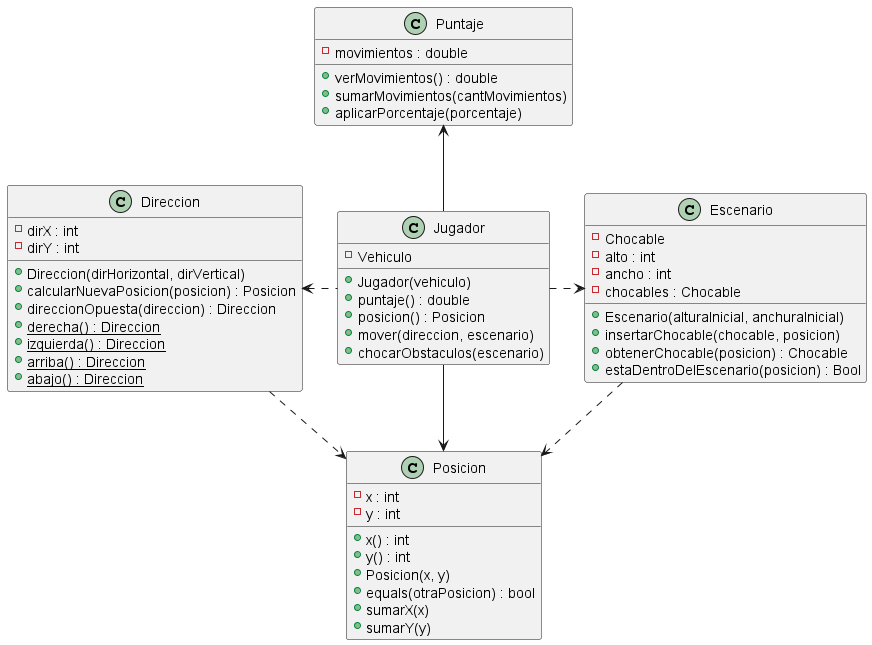
Earlier version of the PlantUML export diagrams/classes/diagrama_general.png (NestorPala/T17-GPSChallenge). Its source is kept beside it as diagrams/classes/diagrama_general.puml.
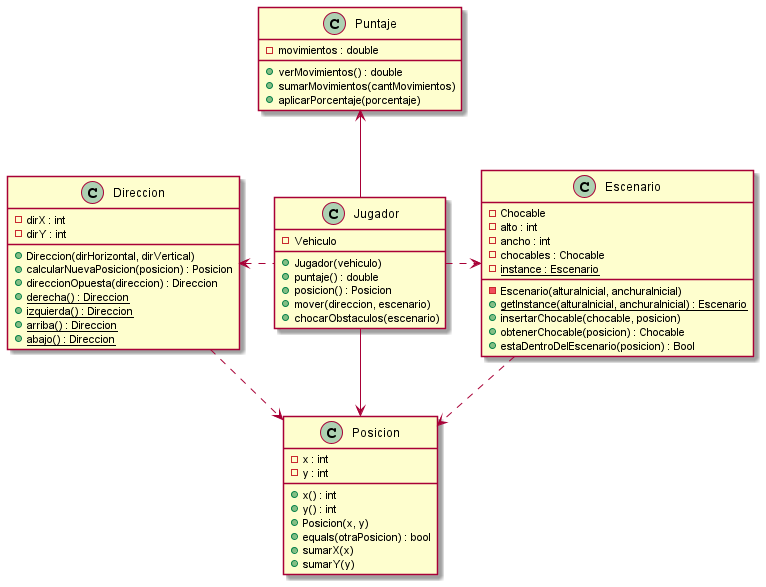
After the commit.

Commit message:
convierto Escenario a Singleton - parte 1

Diff of the diagram source:
```diff
@@ -34,7 +34,9 @@
     - alto : int
     - ancho : int
     - chocables : Chocable
-    + Escenario(alturaInicial, anchuraInicial)
+    - {static} instance : Escenario
+    - Escenario(alturaInicial, anchuraInicial)
+    + {static} getInstance(alturaInicial, anchuraInicial) : Escenario
     + insertarChocable(chocable, posicion)
     + obtenerChocable(posicion) : Chocable
     + estaDentroDelEscenario(posicion) : Bool
```
